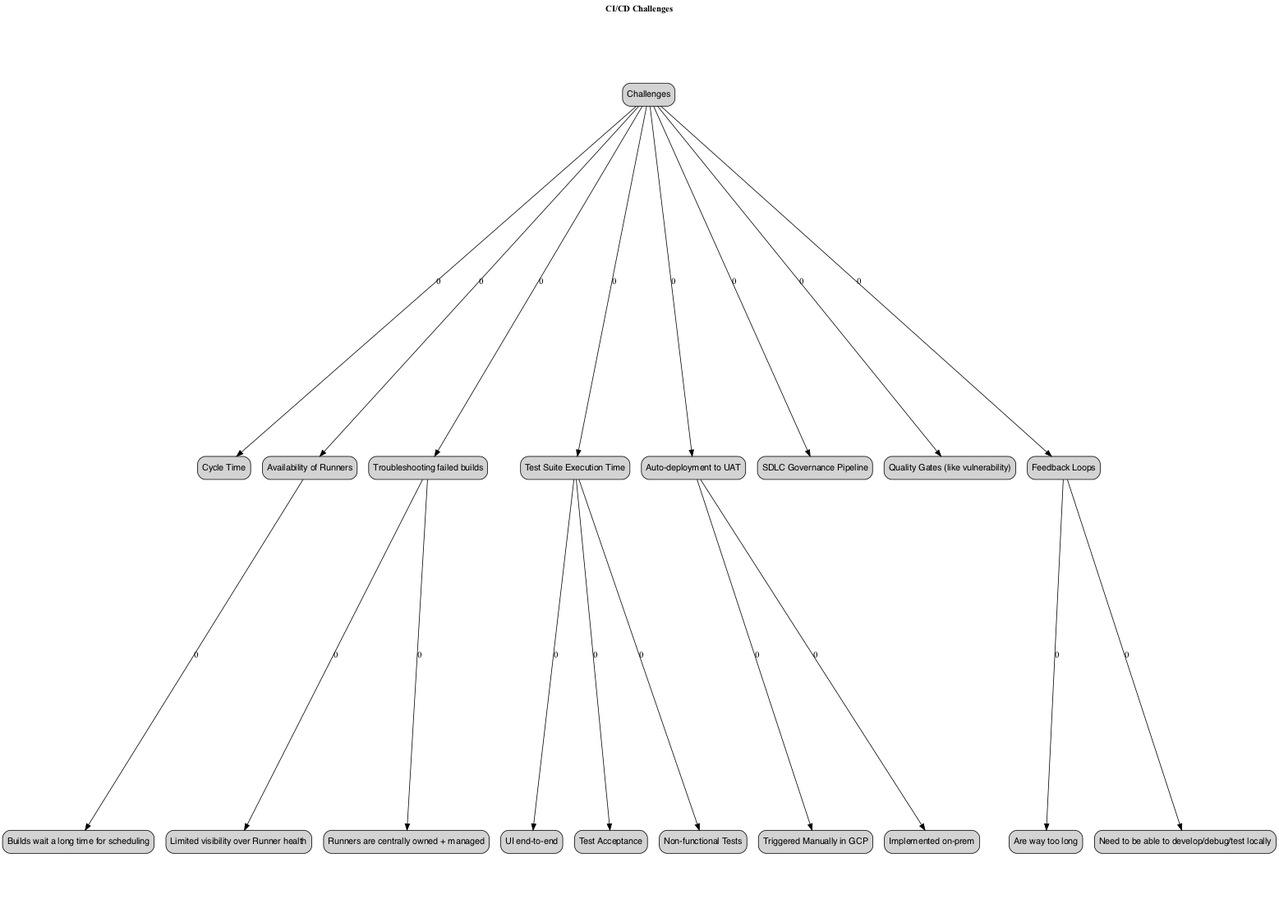
Before: devops.png, a diagram exported from Graphviz (javaboss/graphviz). Its source is kept beside it as devops.dot. The source it was exported from:
```dot
digraph Devops {
    label=<<b>CI/CD Challenges</b>>
    labelloc=t
    page = "16.5,11.7"
    overlap = "false"
    ratio = "fill"
    size = "16.5, 11.7"
    splines = "true"

    node [fontname="calibri", margin="0.1,0.1", shape=rect, style="filled,rounded"]
        "Challenges" -> "Cycle Time" [ label="0" ];

        "Challenges" -> "Availability of Runners"  [label="0"]
        "Availability of Runners" -> "Builds wait a long time for scheduling"  [label="0"]

        "Challenges" -> "Troubleshooting failed builds"  [label="0"]
        "Troubleshooting failed builds" -> "Limited visibility over Runner health" [label="0"]
        "Troubleshooting failed builds" -> "Runners are centrally owned + managed" [label="0"]


        "Challenges" -> "Test Suite Execution Time"  [label="0"]
        "Test Suite Execution Time" -> "UI end-to-end"  [label="0"]
        "Test Suite Execution Time" -> "Test Acceptance"  [label="0"]
        "Test Suite Execution Time" -> "Non-functional Tests"  [label="0"]

        "Challenges" -> "Auto-deployment to UAT" [label="0"]
        "Auto-deployment to UAT" -> "Triggered Manually in GCP" [label="0"]
        "Auto-deployment to UAT" -> "Implemented on-prem" [label="0"]

        "Challenges" -> "SDLC Governance Pipeline" [label="0"]

        "Challenges" -> "Quality Gates (like vulnerability)" [label="0"]

        "Challenges" -> "Feedback Loops" [label="0"]
        "Feedback Loops" -> "Are way too long" [label="0"]
        "Feedback Loops" -> "Need to be able to develop/debug/test locally" [label="0"]

	}
```
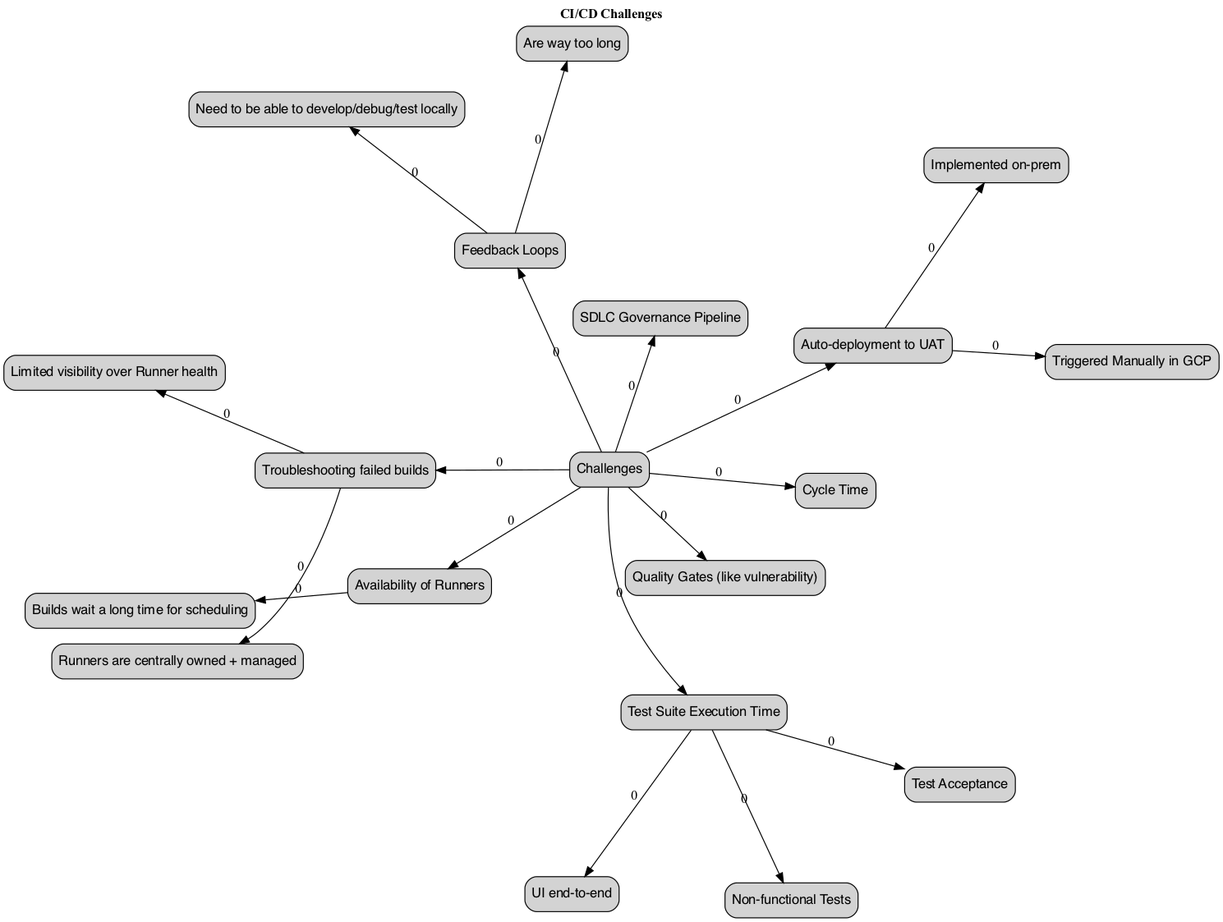
After the change.

Diff of the diagram source:
```diff
@@ -2,8 +2,8 @@
     label=<<b>CI/CD Challenges</b>>
     labelloc=t
     page = "16.5,11.7"
+    ratio = "fill"
     overlap = "false"
-    ratio = "fill"
     size = "16.5, 11.7"
     splines = "true"
 
```
